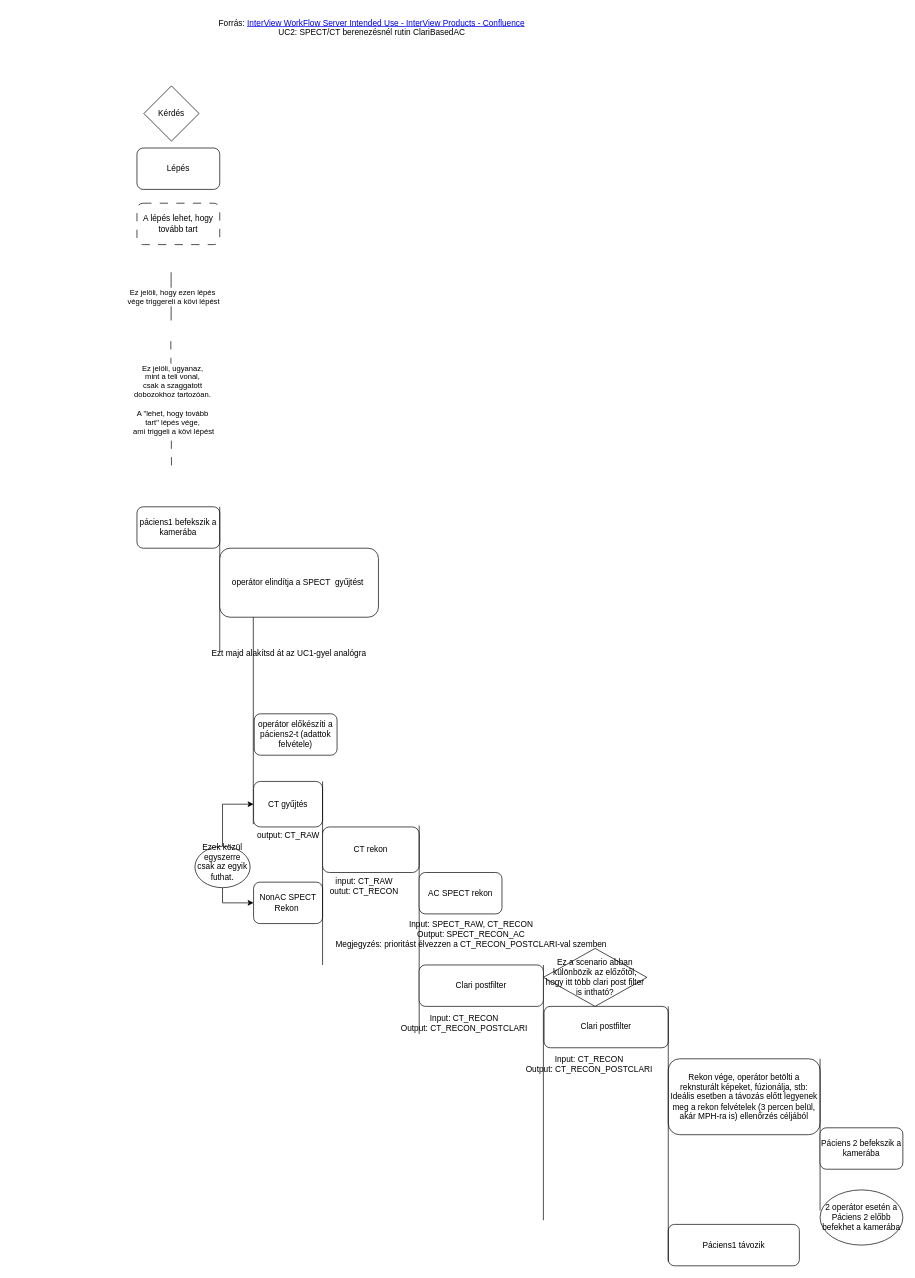
szvatai1985/drawio_files keeps this draw.io diagram as IV_Flow_diagram_UC2_SPECT_CT berenezésnél rutin ClariBasedAC.drawio. Above is the earlier version. Source tidied: cells renumbered, new cells numbered last; positions are measured from the earlier drawing's top-left corner, leaving out a move shared by most shapes. Both pictures are drawn from the tidied source at 69%, with x=0, y=0 at pixel (137, 12).
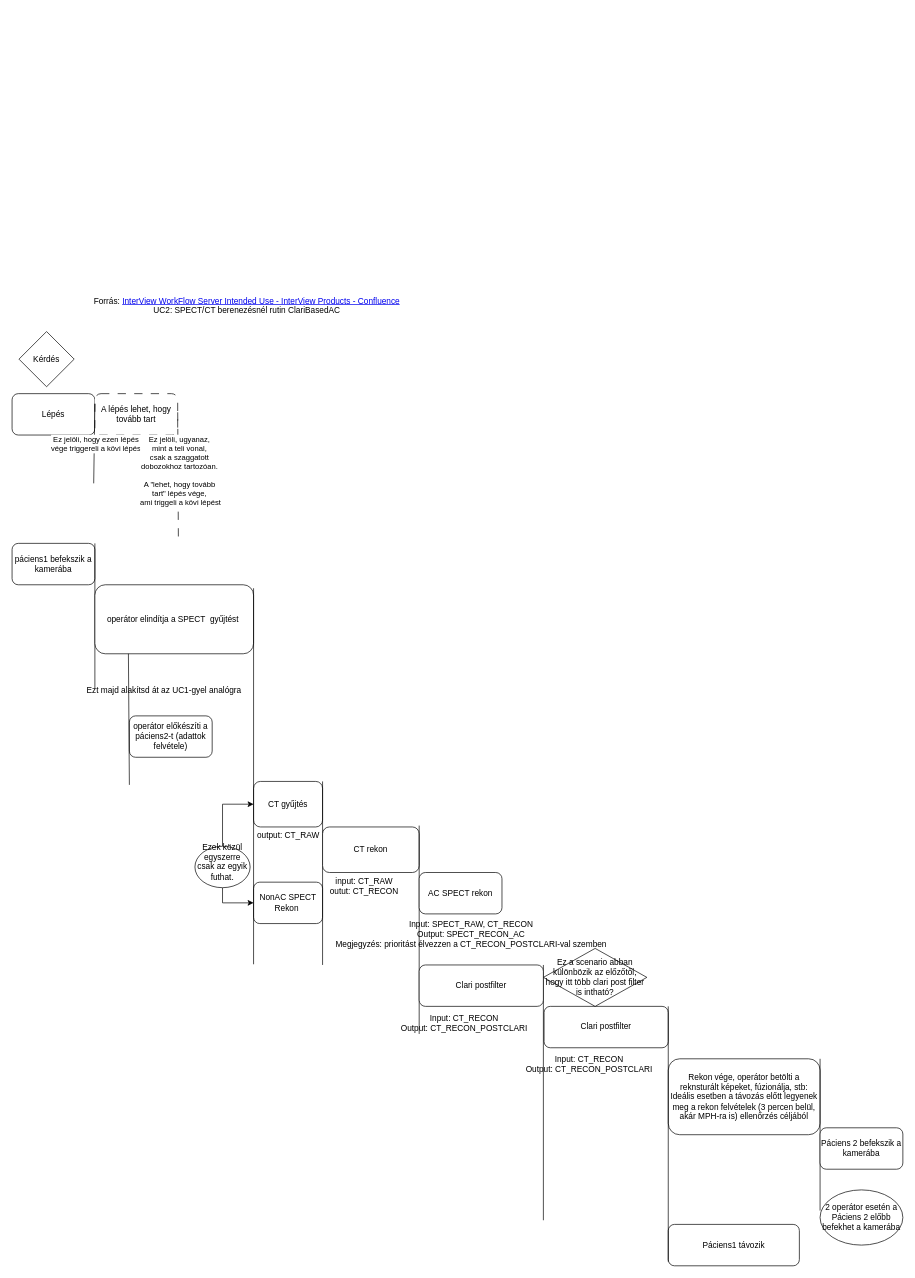
The same page after the edit.

The edit, as a diff of the source:
```diff
@@
     <mxCell id="2" value="Kérdés" style="rhombus;whiteSpace=wrap;html=1;" parent="1" vertex="1">
-      <mxGeometry x="10" y="107" width="80" height="80" as="geometry" />
+      <mxGeometry x="-171" y="463" width="80" height="80" as="geometry" />
     </mxCell>
     <mxCell id="3" value="Lépés" style="rounded=1;whiteSpace=wrap;html=1;" parent="1" vertex="1">
-      <mxGeometry y="197" width="120" height="60" as="geometry" />
+      <mxGeometry x="-181" y="553" width="120" height="60" as="geometry" />
     </mxCell>
     <mxCell id="4" value="A lépés lehet, hogy tovább tart" style="rounded=1;whiteSpace=wrap;html=1;dashed=1;dashPattern=12 12;" parent="1" vertex="1">
-      <mxGeometry y="277" width="120" height="60" as="geometry" />
+      <mxGeometry x="-61" y="553" width="120" height="60" as="geometry" />
     </mxCell>
-    <mxCell id="5" style="endArrow=none;html=1;rounded=0;" parent="1" edge="1">
+    <mxCell id="5" style="endArrow=none;html=1;rounded=0;entryX=1;entryY=0.25;entryDx=0;entryDy=0;" parent="1" edge="1" target="3">
       <mxGeometry relative="1" as="geometry">
-        <mxPoint x="49.5" y="447" as="sourcePoint" />
-        <mxPoint x="49.5" y="377" as="targetPoint" />
+        <mxPoint x="-62.7" y="683" as="sourcePoint" />
       </mxGeometry>
     </mxCell>
@@
     <mxCell id="7" style="endArrow=none;html=1;rounded=0;dashed=1;dashPattern=12 12;" parent="1" edge="1">
       <mxGeometry relative="1" as="geometry">
-        <mxPoint x="50" y="657" as="sourcePoint" />
-        <mxPoint x="49" y="467" as="targetPoint" />
+        <mxPoint x="60" y="760" as="sourcePoint" />
+        <mxPoint x="59" y="570" as="targetPoint" />
       </mxGeometry>
     </mxCell>
@@
     <mxCell id="9" value="Forrás:&amp;nbsp;&lt;a href=&quot;https://confluence.mediso.com/pages/viewpage.action?pageId=334987753&quot;&gt;InterView WorkFlow Server Intended Use - InterView Products - Confluence&lt;/a&gt;&lt;div&gt;&lt;div&gt;UC2: SPECT/CT berenezésnél rutin ClariBasedAC&lt;/div&gt;&lt;div&gt;&lt;br&gt;&lt;/div&gt;&lt;/div&gt;" style="text;html=1;align=center;verticalAlign=middle;strokeColor=none;fillColor=none;" parent="1" vertex="1">
-      <mxGeometry x="105" width="470" height="60" as="geometry" />
+      <mxGeometry x="-76" y="403" width="470" height="60" as="geometry" />
     </mxCell>
     <mxCell id="10" value="páciens1 befekszik a kamerába" style="rounded=1;whiteSpace=wrap;html=1;" parent="1" vertex="1">
-      <mxGeometry y="717" width="120" height="60" as="geometry" />
+      <mxGeometry x="-181" y="770" width="120" height="60" as="geometry" />
     </mxCell>
     <mxCell id="11" style="endArrow=none;html=1;rounded=0;entryX=1;entryY=0;entryDx=0;entryDy=0;" parent="1" edge="1" target="10">
       <mxGeometry relative="1" as="geometry">
-        <mxPoint x="120" y="927" as="sourcePoint" />
+        <mxPoint x="-61" y="980" as="sourcePoint" />
       </mxGeometry>
     </mxCell>
     <mxCell id="12" value="&lt;div&gt;operátor elindítja a&amp;nbsp;SPECT&amp;nbsp; gyűjtést&amp;nbsp;&lt;/div&gt;" style="rounded=1;whiteSpace=wrap;html=1;" parent="1" vertex="1">
-      <mxGeometry x="120" y="777" width="230" height="100" as="geometry" />
+      <mxGeometry x="-61" y="830" width="230" height="100" as="geometry" />
     </mxCell>
     <mxCell id="13" value="&lt;div&gt;operátor előkészíti a páciens2-t (adattok felvétele)&lt;/div&gt;" style="rounded=1;whiteSpace=wrap;html=1;" parent="1" vertex="1">
-      <mxGeometry x="170" y="1017" width="120" height="60" as="geometry" />
+      <mxGeometry x="-11" y="1020" width="120" height="60" as="geometry" />
     </mxCell>
     <mxCell id="14" style="endArrow=none;html=1;rounded=0;" parent="1" edge="1">
       <mxGeometry relative="1" as="geometry">
-        <mxPoint x="168.6" y="1177" as="sourcePoint" />
-        <mxPoint x="168.6" y="877" as="targetPoint" />
+        <mxPoint x="-11" y="1120" as="sourcePoint" />
+        <mxPoint x="-12.4" y="930" as="targetPoint" />
       </mxGeometry>
     </mxCell>
@@
     <mxCell id="39" value="Ezt majd alakítsd át az UC1-gyel analógra" style="text;html=1;align=center;verticalAlign=middle;strokeColor=none;fillColor=none;" parent="1" vertex="1">
-      <mxGeometry x="95" y="915" width="250" height="30" as="geometry" />
+      <mxGeometry x="-86" y="968" width="250" height="30" as="geometry" />
     </mxCell>
+    <mxCell id="40" style="endArrow=none;html=1;rounded=0;" parent="1" edge="1">
+      <mxGeometry relative="1" as="geometry">
+        <mxPoint x="169" y="1380" as="sourcePoint" />
+        <mxPoint x="169" y="835" as="targetPoint" />
+      </mxGeometry>
+    </mxCell>
```
